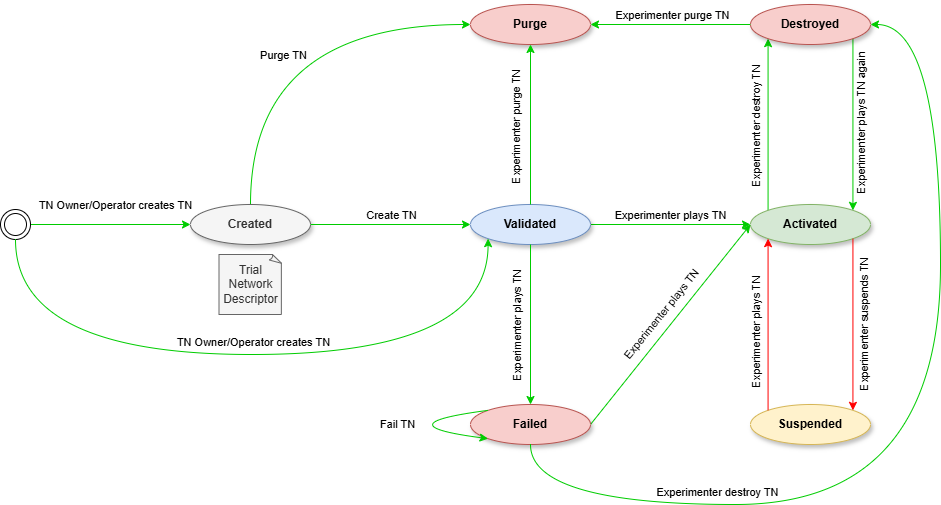
Above: docs/tnlcm/images/stateMachine.png in 6G-SANDBOX/docs (draw.io), before the change. Source tidied: cells renumbered, new cells last; positions are measured from the earlier drawing's top-left corner, leaving out a move shared by most shapes.
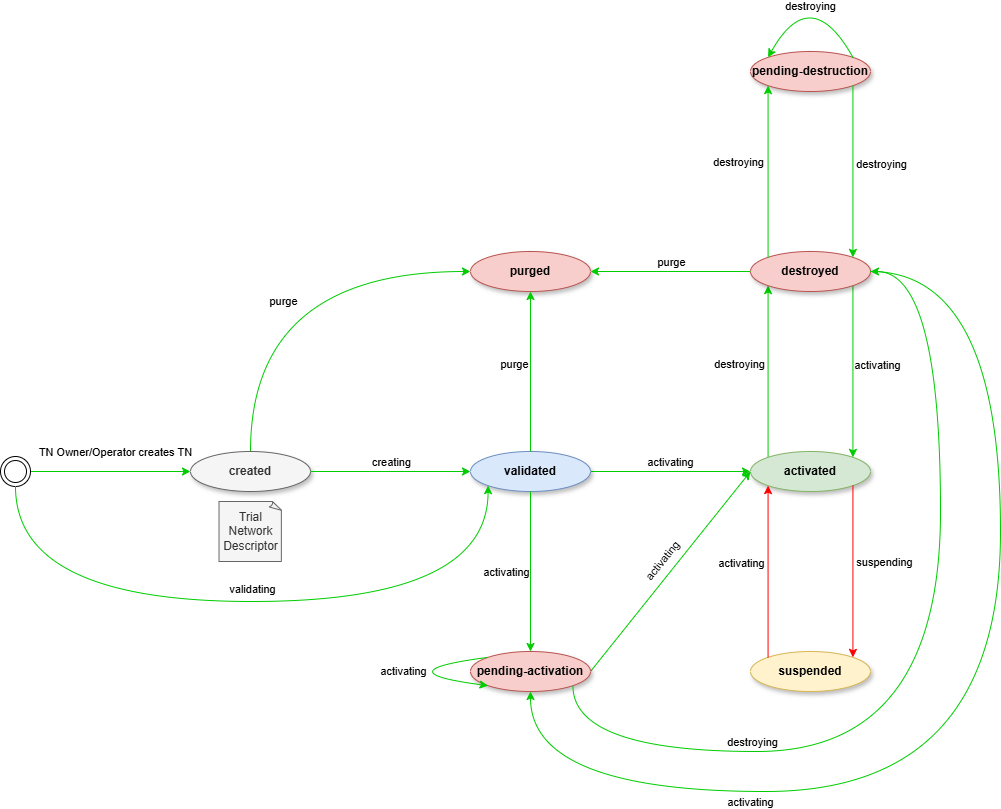
The same diagram one commit later.

Commit message:
change: state machine

Change to the diagram source:
```diff
@@ -5,18 +5,18 @@
     <mxCell id="2" style="edgeStyle=orthogonalEdgeStyle;rounded=0;jettySize=auto;html=1;entryX=0;entryY=1;entryDx=0;entryDy=0;exitX=0;exitY=0;exitDx=0;exitDy=0;strokeColor=#00CC00;" parent="1" edge="1" source="4" target="22">
       <mxGeometry relative="1" as="geometry" />
     </mxCell>
-    <mxCell id="3" value="Experimenter destroy TN" style="edgeLabel;html=1;align=center;verticalAlign=middle;rotation=-90;" parent="2" vertex="1">
+    <mxCell id="3" value="destroying" style="edgeLabel;html=1;align=center;verticalAlign=middle;rotation=0;" parent="2" vertex="1">
       <mxGeometry x="0.02" relative="1" as="geometry">
-        <mxPoint x="-12" y="3" as="offset" />
+        <mxPoint x="-29" y="-6" as="offset" />
       </mxGeometry>
     </mxCell>
-    <mxCell id="4" value="&lt;b&gt;Activated&lt;/b&gt;" style="ellipse;whiteSpace=wrap;html=1;shadow=1;fillColor=#d5e8d4;strokeColor=#82b366;" parent="1" vertex="1">
+    <mxCell id="4" value="&lt;b&gt;activated&lt;/b&gt;" style="ellipse;whiteSpace=wrap;html=1;shadow=1;fillColor=#d5e8d4;strokeColor=#82b366;" parent="1" vertex="1">
       <mxGeometry x="750" y="200" width="120" height="40" as="geometry" />
     </mxCell>
-    <mxCell id="5" value="Experimenter plays TN" style="edgeStyle=orthogonalEdgeStyle;rounded=0;jettySize=auto;html=1;verticalAlign=bottom;fillColor=#d5e8d4;strokeColor=#00CC00;" parent="1" edge="1" source="6" target="4">
+    <mxCell id="5" value="activating" style="edgeStyle=orthogonalEdgeStyle;rounded=0;jettySize=auto;html=1;verticalAlign=bottom;fillColor=#d5e8d4;strokeColor=#00CC00;" parent="1" edge="1" source="6" target="4">
       <mxGeometry relative="1" as="geometry" />
     </mxCell>
-    <mxCell id="6" value="&lt;b&gt;Validated&lt;/b&gt;" style="ellipse;whiteSpace=wrap;html=1;shadow=1;fillColor=#dae8fc;strokeColor=#6c8ebf;" parent="1" vertex="1">
+    <mxCell id="6" value="&lt;b&gt;validated&lt;/b&gt;" style="ellipse;whiteSpace=wrap;html=1;shadow=1;fillColor=#dae8fc;strokeColor=#6c8ebf;" parent="1" vertex="1">
       <mxGeometry x="470" y="200" width="120" height="40" as="geometry" />
     </mxCell>
     <mxCell id="7" value="TN Owner/Operator creates TN" style="edgeStyle=orthogonalEdgeStyle;rounded=0;jettySize=auto;html=1;entryX=0;entryY=0.5;entryDx=0;entryDy=0;verticalAlign=bottom;strokeColor=#00CC00;" parent="1" edge="1" source="14" target="28">
@@ -25,23 +25,23 @@
     <mxCell id="8" value="Trial Network Descriptor" style="whiteSpace=wrap;html=1;shape=mxgraph.basic.document;fillColor=#f5f5f5;fontColor=#333333;strokeColor=#666666;" parent="1" vertex="1">
       <mxGeometry x="218.5" y="250" width="63" height="60" as="geometry" />
     </mxCell>
-    <mxCell id="9" value="&lt;b&gt;Suspended&lt;/b&gt;" style="ellipse;whiteSpace=wrap;html=1;shadow=1;fillColor=#fff2cc;strokeColor=#d6b656;" parent="1" vertex="1">
+    <mxCell id="9" value="&lt;b&gt;suspended&lt;/b&gt;" style="ellipse;whiteSpace=wrap;html=1;shadow=1;fillColor=#fff2cc;strokeColor=#d6b656;" parent="1" vertex="1">
       <mxGeometry x="750" y="400" width="120" height="40" as="geometry" />
     </mxCell>
     <mxCell id="10" style="endArrow=classic;html=1;rounded=0;exitX=1;exitY=1;exitDx=0;exitDy=0;strokeColor=#FF0000;entryX=1;entryY=0;entryDx=0;entryDy=0;" parent="1" edge="1" source="4" target="9">
       <mxGeometry relative="1" as="geometry" />
     </mxCell>
-    <mxCell id="11" value="Experimenter suspends TN" style="edgeLabel;html=1;align=center;verticalAlign=middle;rotation=-90;" parent="10" vertex="1">
+    <mxCell id="11" value="suspending" style="edgeLabel;html=1;align=center;verticalAlign=middle;rotation=0;" parent="10" vertex="1">
       <mxGeometry x="-0.47" y="-1" relative="1" as="geometry">
-        <mxPoint x="12" y="41" as="offset" />
+        <mxPoint x="32" y="32" as="offset" />
       </mxGeometry>
     </mxCell>
     <mxCell id="12" style="endArrow=classic;html=1;rounded=0;exitX=0;exitY=0;exitDx=0;exitDy=0;entryX=0;entryY=1;entryDx=0;entryDy=0;strokeColor=#FF0000;" parent="1" edge="1" source="9" target="4">
       <mxGeometry relative="1" as="geometry" />
     </mxCell>
-    <mxCell id="13" value="Experimenter plays TN" style="edgeLabel;html=1;align=center;verticalAlign=middle;rotation=-90;" parent="12" vertex="1">
+    <mxCell id="13" value="activating" style="edgeLabel;html=1;align=center;verticalAlign=middle;rotation=0;" parent="12" vertex="1">
       <mxGeometry x="-0.11" y="-20" relative="1" as="geometry">
-        <mxPoint x="-32" y="-1" as="offset" />
+        <mxPoint x="-47" y="-18" as="offset" />
       </mxGeometry>
     </mxCell>
     <mxCell id="14" style="ellipse;shape=doubleEllipse;html=1;dashed=0;whiteSpace=wrap;" parent="1" vertex="1">
@@ -50,67 +50,67 @@
     <mxCell id="15" style="rounded=0;jettySize=auto;html=1;entryX=0;entryY=0.5;entryDx=0;entryDy=0;exitX=1;exitY=0.5;exitDx=0;exitDy=0;strokeColor=#00CC00;" parent="1" edge="1" source="17" target="4">
       <mxGeometry relative="1" as="geometry" />
     </mxCell>
-    <mxCell id="16" value="Experimenter plays TN" style="edgeLabel;html=1;align=center;verticalAlign=middle;rotation=309;" parent="15" vertex="1">
+    <mxCell id="16" value="activating" style="edgeLabel;html=1;align=center;verticalAlign=middle;rotation=309;" parent="15" vertex="1">
       <mxGeometry x="0.22" relative="1" as="geometry">
         <mxPoint x="-27" y="12" as="offset" />
       </mxGeometry>
     </mxCell>
-    <mxCell id="17" value="&lt;b&gt;Failed&lt;/b&gt;" style="ellipse;whiteSpace=wrap;html=1;shadow=1;fillColor=#f8cecc;strokeColor=#b85450;" parent="1" vertex="1">
+    <mxCell id="17" value="&lt;b&gt;pending-activation&lt;/b&gt;" style="ellipse;whiteSpace=wrap;html=1;shadow=1;fillColor=#f8cecc;strokeColor=#b85450;" parent="1" vertex="1">
       <mxGeometry x="470" y="400" width="120" height="40" as="geometry" />
     </mxCell>
     <mxCell id="18" style="endArrow=classic;html=1;rounded=0;exitX=0.5;exitY=1;exitDx=0;exitDy=0;entryX=0.5;entryY=0;entryDx=0;entryDy=0;strokeColor=#00CC00;" parent="1" edge="1" source="6" target="17">
       <mxGeometry relative="1" as="geometry" />
     </mxCell>
-    <mxCell id="19" value="Experimenter plays TN" style="edgeLabel;html=1;align=center;verticalAlign=middle;rotation=-90;" parent="18" vertex="1">
+    <mxCell id="19" value="activating" style="edgeLabel;html=1;align=center;verticalAlign=middle;rotation=0;" parent="18" vertex="1">
       <mxGeometry x="-0.47" y="-2" relative="1" as="geometry">
-        <mxPoint x="-12" y="40" as="offset" />
+        <mxPoint x="-23" y="38" as="offset" />
       </mxGeometry>
     </mxCell>
     <mxCell id="20" style="edgeStyle=orthogonalEdgeStyle;rounded=0;jettySize=auto;html=1;entryX=1;entryY=0;entryDx=0;entryDy=0;exitX=1;exitY=1;exitDx=0;exitDy=0;strokeColor=#00CC00;" parent="1" edge="1" source="22" target="4">
       <mxGeometry relative="1" as="geometry" />
     </mxCell>
-    <mxCell id="21" value="Experimenter plays TN again" style="edgeLabel;html=1;align=center;verticalAlign=middle;rotation=-90;" parent="20" vertex="1">
+    <mxCell id="21" value="activating" style="edgeLabel;html=1;align=center;verticalAlign=middle;rotation=0;" parent="20" vertex="1">
       <mxGeometry x="-0.11" y="-2" relative="1" as="geometry">
-        <mxPoint x="10" y="9" as="offset" />
+        <mxPoint x="26" y="3" as="offset" />
       </mxGeometry>
     </mxCell>
-    <mxCell id="22" value="&lt;b&gt;Destroyed&lt;/b&gt;" style="ellipse;whiteSpace=wrap;html=1;shadow=1;fillColor=#f8cecc;strokeColor=#b85450;" parent="1" vertex="1">
+    <mxCell id="22" value="&lt;b&gt;destroyed&lt;/b&gt;" style="ellipse;whiteSpace=wrap;html=1;shadow=1;fillColor=#f8cecc;strokeColor=#b85450;" parent="1" vertex="1">
       <mxGeometry x="750" width="120" height="40" as="geometry" />
     </mxCell>
-    <mxCell id="23" value="&lt;b&gt;Purge&lt;/b&gt;" style="ellipse;whiteSpace=wrap;html=1;shadow=1;fillColor=#f8cecc;strokeColor=#b85450;" parent="1" vertex="1">
+    <mxCell id="23" value="&lt;b&gt;purged&lt;/b&gt;" style="ellipse;whiteSpace=wrap;html=1;shadow=1;fillColor=#f8cecc;strokeColor=#b85450;" parent="1" vertex="1">
       <mxGeometry x="470" width="120" height="40" as="geometry" />
     </mxCell>
     <mxCell id="24" style="rounded=0;jettySize=auto;html=1;exitX=0.5;exitY=0;exitDx=0;exitDy=0;strokeColor=#00CC00;" parent="1" edge="1" source="6" target="23">
       <mxGeometry relative="1" as="geometry" />
     </mxCell>
-    <mxCell id="25" value="Experimenter purge TN" style="edgeLabel;html=1;align=center;verticalAlign=middle;rotation=-90;" parent="24" vertex="1">
+    <mxCell id="25" value="purge" style="edgeLabel;html=1;align=center;verticalAlign=middle;rotation=0;" parent="24" vertex="1">
       <mxGeometry x="0.02" relative="1" as="geometry">
-        <mxPoint x="-15" y="4" as="offset" />
+        <mxPoint x="-17" y="-6" as="offset" />
       </mxGeometry>
     </mxCell>
     <mxCell id="26" style="endArrow=classic;html=1;rounded=0;exitX=0;exitY=0.5;exitDx=0;exitDy=0;entryX=1;entryY=0.5;entryDx=0;entryDy=0;fillColor=#d5e8d4;strokeColor=#00CC00;" parent="1" edge="1" source="22" target="23">
       <mxGeometry relative="1" as="geometry" />
     </mxCell>
-    <mxCell id="27" value="Experimenter purge TN" style="edgeLabel;html=1;align=center;verticalAlign=middle;rotation=0;" parent="26" vertex="1">
+    <mxCell id="27" value="purge" style="edgeLabel;html=1;align=center;verticalAlign=middle;rotation=0;" parent="26" vertex="1">
       <mxGeometry x="-0.23" y="11" relative="1" as="geometry">
         <mxPoint x="-17" y="-21" as="offset" />
       </mxGeometry>
     </mxCell>
-    <mxCell id="28" value="&lt;b&gt;Created&lt;/b&gt;" style="ellipse;whiteSpace=wrap;html=1;shadow=1;fillColor=#f5f5f5;strokeColor=#666666;fontColor=#333333;" parent="1" vertex="1">
+    <mxCell id="28" value="&lt;b&gt;created&lt;/b&gt;" style="ellipse;whiteSpace=wrap;html=1;shadow=1;fillColor=#f5f5f5;strokeColor=#666666;fontColor=#333333;" parent="1" vertex="1">
       <mxGeometry x="190" y="200" width="120" height="40" as="geometry" />
     </mxCell>
-    <mxCell id="29" style="endArrow=classic;html=1;rounded=0;exitX=0.5;exitY=1;exitDx=0;exitDy=0;entryX=1;entryY=0.5;entryDx=0;entryDy=0;edgeStyle=orthogonalEdgeStyle;curved=1;strokeColor=#00CC00;" parent="1" edge="1" source="17" target="22">
+    <mxCell id="29" style="endArrow=classic;html=1;rounded=0;exitX=1;exitY=1;exitDx=0;exitDy=0;entryX=1;entryY=0.5;entryDx=0;entryDy=0;edgeStyle=orthogonalEdgeStyle;curved=1;strokeColor=#00CC00;" parent="1" edge="1" source="17" target="22">
       <mxGeometry relative="1" as="geometry">
         <Array as="points">
-          <mxPoint x="530" y="500" />
+          <mxPoint x="572" y="500" />
           <mxPoint x="940" y="500" />
           <mxPoint x="940" y="20" />
         </Array>
       </mxGeometry>
     </mxCell>
-    <mxCell id="30" value="Experimenter destroy TN" style="edgeLabel;html=1;align=center;verticalAlign=middle;" parent="29" vertex="1">
+    <mxCell id="30" value="destroying" style="edgeLabel;html=1;align=center;verticalAlign=middle;" parent="29" vertex="1">
       <mxGeometry x="-0.52" relative="1" as="geometry">
-        <mxPoint y="-13" as="offset" />
+        <mxPoint x="7" y="-10" as="offset" />
       </mxGeometry>
     </mxCell>
     <mxCell id="31" style="endArrow=classic;html=1;rounded=0;entryX=0;entryY=1;entryDx=0;entryDy=0;edgeStyle=orthogonalEdgeStyle;curved=1;strokeColor=#00CC00;" parent="1" edge="1" source="14" target="6">
@@ -121,7 +121,7 @@
         </Array>
       </mxGeometry>
     </mxCell>
-    <mxCell id="32" value="TN Owner/Operator creates TN" style="edgeLabel;html=1;align=center;verticalAlign=middle;" parent="31" vertex="1">
+    <mxCell id="32" value="validating" style="edgeLabel;html=1;align=center;verticalAlign=middle;" parent="31" vertex="1">
       <mxGeometry x="0.06" relative="1" as="geometry">
         <mxPoint x="-20" y="-13" as="offset" />
       </mxGeometry>
@@ -133,15 +133,15 @@
         </Array>
       </mxGeometry>
     </mxCell>
-    <mxCell id="34" value="Fail TN" style="edgeLabel;html=1;align=center;verticalAlign=middle;" parent="33" vertex="1">
+    <mxCell id="34" value="activating" style="edgeLabel;html=1;align=center;verticalAlign=middle;" parent="33" vertex="1">
       <mxGeometry x="-0.72" y="-3" relative="1" as="geometry">
-        <mxPoint x="-61" y="13" as="offset" />
+        <mxPoint x="-54" y="13" as="offset" />
       </mxGeometry>
     </mxCell>
     <mxCell id="35" style="endArrow=classic;html=1;rounded=0;exitX=0.5;exitY=0;exitDx=0;exitDy=0;entryX=0;entryY=0.5;entryDx=0;entryDy=0;edgeStyle=orthogonalEdgeStyle;curved=1;strokeColor=#00CC00;" parent="1" edge="1" source="28" target="23">
       <mxGeometry relative="1" as="geometry" />
     </mxCell>
-    <mxCell id="36" value="Purge TN" style="edgeLabel;html=1;align=center;verticalAlign=middle;" parent="35" vertex="1">
+    <mxCell id="36" value="purge" style="edgeLabel;html=1;align=center;verticalAlign=middle;" parent="35" vertex="1">
       <mxGeometry x="-0.53" y="-22" relative="1" as="geometry">
         <mxPoint x="10" y="-56" as="offset" />
       </mxGeometry>
@@ -149,10 +149,55 @@
     <mxCell id="37" style="endArrow=classic;html=1;rounded=0;exitX=1;exitY=0.5;exitDx=0;exitDy=0;entryX=0;entryY=0.5;entryDx=0;entryDy=0;strokeColor=#00CC00;" parent="1" edge="1" source="28" target="6">
       <mxGeometry relative="1" as="geometry" />
     </mxCell>
-    <mxCell id="38" value="Create TN" style="edgeLabel;html=1;align=center;verticalAlign=middle;" parent="37" vertex="1">
+    <mxCell id="38" value="creating" style="edgeLabel;html=1;align=center;verticalAlign=middle;" parent="37" vertex="1">
       <mxGeometry x="0.25" y="-1" relative="1" as="geometry">
         <mxPoint x="-20" y="-11" as="offset" />
       </mxGeometry>
     </mxCell>
+    <mxCell id="39" value="&lt;b&gt;pending-destruction&lt;/b&gt;" style="ellipse;whiteSpace=wrap;html=1;shadow=1;fillColor=#f8cecc;strokeColor=#b85450;" parent="1" vertex="1">
+      <mxGeometry x="750" y="-200" width="120" height="40" as="geometry" />
+    </mxCell>
+    <mxCell id="40" style="endArrow=classic;html=1;rounded=0;exitX=1;exitY=1;exitDx=0;exitDy=0;strokeColor=#00CC00;entryX=1;entryY=0;entryDx=0;entryDy=0;" parent="1" edge="1" source="39" target="22">
+      <mxGeometry relative="1" as="geometry" />
+    </mxCell>
+    <mxCell id="41" value="destroying" style="edgeLabel;html=1;align=center;verticalAlign=middle;" parent="40" vertex="1">
+      <mxGeometry x="0.16" y="-3" relative="1" as="geometry">
+        <mxPoint x="31" y="-22" as="offset" />
+      </mxGeometry>
+    </mxCell>
+    <mxCell id="42" style="endArrow=classic;html=1;rounded=0;exitX=0;exitY=0;exitDx=0;exitDy=0;strokeColor=#00CC00;entryX=0;entryY=1;entryDx=0;entryDy=0;" parent="1" edge="1" source="22" target="39">
+      <mxGeometry relative="1" as="geometry" />
+    </mxCell>
+    <mxCell id="43" value="destroying" style="edgeLabel;html=1;align=center;verticalAlign=middle;" parent="42" vertex="1">
+      <mxGeometry x="-0.33" y="1" relative="1" as="geometry">
+        <mxPoint x="-29" y="-38" as="offset" />
+      </mxGeometry>
+    </mxCell>
+    <mxCell id="44" style="endArrow=classic;html=1;rounded=0;exitX=1;exitY=0;exitDx=0;exitDy=0;entryX=0;entryY=0;entryDx=0;entryDy=0;edgeStyle=orthogonalEdgeStyle;curved=1;strokeColor=#00CC00;" parent="1" edge="1" source="39" target="39">
+      <mxGeometry relative="1" as="geometry">
+        <Array as="points">
+          <mxPoint x="810" y="-270" />
+        </Array>
+      </mxGeometry>
+    </mxCell>
+    <mxCell id="45" value="destroying" style="edgeLabel;html=1;align=center;verticalAlign=middle;" parent="44" vertex="1">
+      <mxGeometry x="0.45" y="16" relative="1" as="geometry">
+        <mxPoint x="4" y="-17" as="offset" />
+      </mxGeometry>
+    </mxCell>
+    <mxCell id="46" style="endArrow=classic;html=1;rounded=0;exitX=1;exitY=0.5;exitDx=0;exitDy=0;entryX=0.5;entryY=1;entryDx=0;entryDy=0;edgeStyle=orthogonalEdgeStyle;curved=1;strokeColor=#00CC00;" parent="1" edge="1" source="22" target="17">
+      <mxGeometry relative="1" as="geometry">
+        <Array as="points">
+          <mxPoint x="1000" y="20" />
+          <mxPoint x="1000" y="540" />
+          <mxPoint x="530" y="540" />
+        </Array>
+      </mxGeometry>
+    </mxCell>
+    <mxCell id="47" value="activating" style="edgeLabel;html=1;align=center;verticalAlign=middle;" parent="46" vertex="1">
+      <mxGeometry x="0.19" y="-39" relative="1" as="geometry">
+        <mxPoint x="-172" y="49" as="offset" />
+      </mxGeometry>
+    </mxCell>
   </root>
 </mxGraphModel>
```
